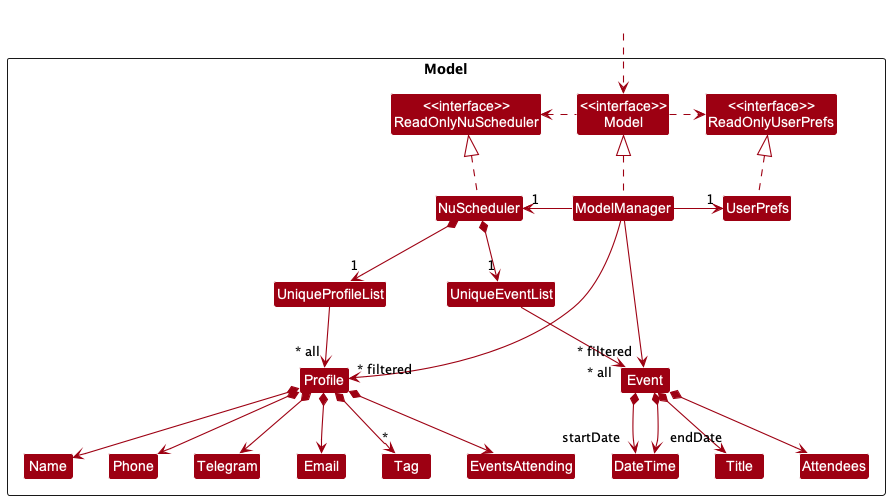
nus-cs2103-AY2223S1/tp keeps this PlantUML diagram as docs/images/ModelClassDiagram.png. Above is the earlier version.
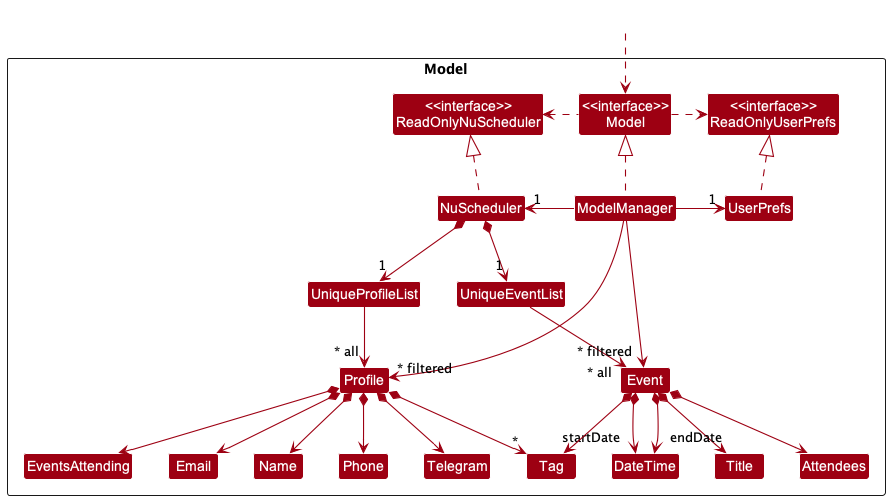
The same file after the commit.

Diff of the diagram source:
```diff
@@ -54,6 +54,7 @@
 Event *--> "startDate" DateTime
 Event *--> "endDate" DateTime
 Event *--> Attendees
+Event *--> Tag
 
 Name -[hidden]right-> Phone
 Phone -[hidden]right-> Telegram
```
